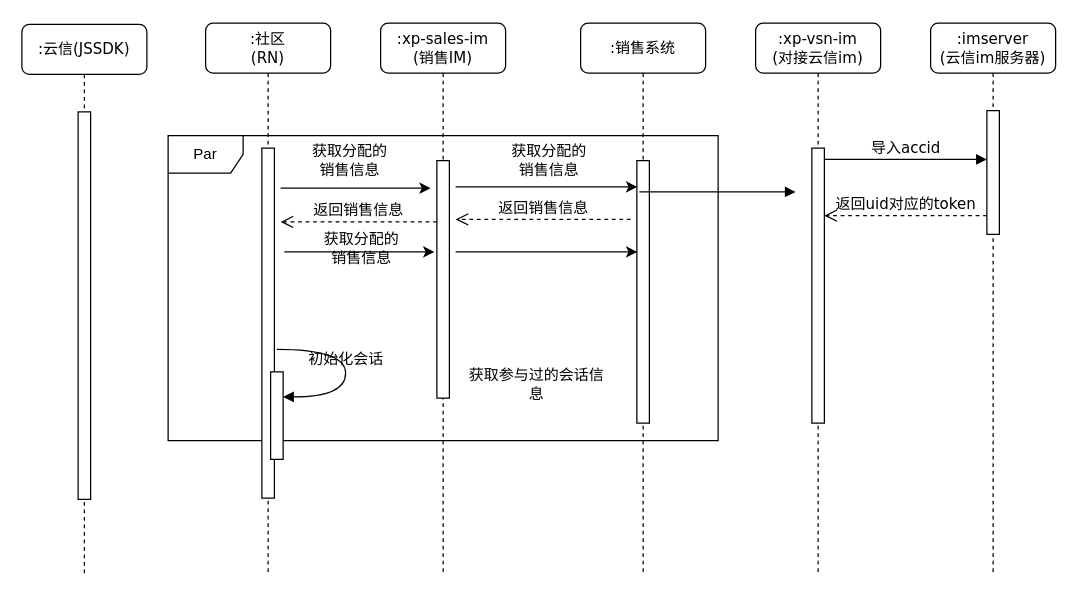
The draw.io diagram arch/sns/im-entry.drawio in zhangchuhu/drawio, before the edit. Source tidied: cells renumbered, new cells numbered last; positions are measured from the earlier drawing's top-left corner, leaving out a move shared by most shapes. Both pictures are drawn from the tidied source at 125%, with x=0, y=0 at pixel (21, 22).
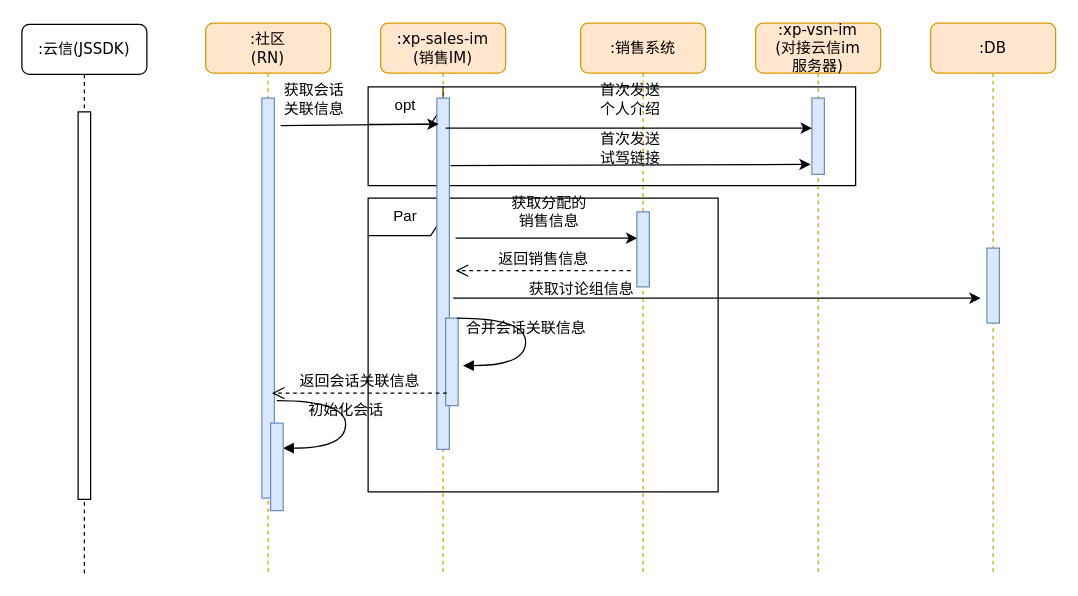
After the change.

The edit, as a diff of the source:
```diff
@@
+    <mxCell id="29" value="opt" style="shape=umlFrame;whiteSpace=wrap;html=1;" parent="1" vertex="1">
+      <mxGeometry x="277" y="51" width="390" height="79" as="geometry" />
+    </mxCell>
     <mxCell id="2" value="Par" style="shape=umlFrame;whiteSpace=wrap;html=1;" parent="1" vertex="1">
-      <mxGeometry x="117" y="90" width="440" height="244" as="geometry" />
+      <mxGeometry x="277" y="140" width="280" height="235" as="geometry" />
     </mxCell>
-    <mxCell id="3" value=":xp-sales-im&lt;br&gt;(销售IM)" style="shape=umlLifeline;perimeter=lifelinePerimeter;whiteSpace=wrap;html=1;rounded=1;shadow=0;comic=0;labelBackgroundColor=none;strokeWidth=1;fontFamily=Verdana;fontSize=12;align=center;" parent="1" vertex="1">
+    <mxCell id="3" value=":xp-sales-im&lt;br&gt;(销售IM)" style="shape=umlLifeline;perimeter=lifelinePerimeter;whiteSpace=wrap;html=1;rounded=1;shadow=0;comic=0;labelBackgroundColor=none;strokeWidth=1;fontFamily=Verdana;fontSize=12;align=center;fillColor=#ffe6cc;strokeColor=#d79b00;" parent="1" vertex="1">
       <mxGeometry x="287" width="100" height="440" as="geometry" />
     </mxCell>
-    <mxCell id="4" style="html=1;points=[];perimeter=orthogonalPerimeter;rounded=0;shadow=0;comic=0;labelBackgroundColor=none;strokeWidth=1;fontFamily=Verdana;fontSize=12;align=center;" parent="3" vertex="1">
-      <mxGeometry x="45" y="110" width="10" height="190" as="geometry" />
+    <mxCell id="4" style="html=1;points=[];perimeter=orthogonalPerimeter;rounded=0;shadow=0;comic=0;labelBackgroundColor=none;strokeWidth=1;fontFamily=Verdana;fontSize=12;align=center;fillColor=#dae8fc;strokeColor=#6c8ebf;" parent="3" vertex="1">
+      <mxGeometry x="45" y="60" width="10" height="281" as="geometry" />
     </mxCell>
-    <mxCell id="5" value=":销售系统" style="shape=umlLifeline;perimeter=lifelinePerimeter;whiteSpace=wrap;html=1;rounded=1;shadow=0;comic=0;labelBackgroundColor=none;strokeWidth=1;fontFamily=Verdana;fontSize=12;align=center;" parent="1" vertex="1">
+    <mxCell id="5" value=":销售系统" style="shape=umlLifeline;perimeter=lifelinePerimeter;whiteSpace=wrap;html=1;rounded=1;shadow=0;comic=0;labelBackgroundColor=none;strokeWidth=1;fontFamily=Verdana;fontSize=12;align=center;fillColor=#ffe6cc;strokeColor=#d79b00;" parent="1" vertex="1">
       <mxGeometry x="447" width="100" height="440" as="geometry" />
     </mxCell>
-    <mxCell id="6" style="html=1;perimeter=orthogonalPerimeter;rounded=0;shadow=0;comic=0;labelBackgroundColor=none;strokeWidth=1;fontFamily=Verdana;fontSize=12;align=center;" parent="5" vertex="1">
-      <mxGeometry x="45" y="110" width="10" height="210" as="geometry" />
+    <mxCell id="6" style="html=1;perimeter=orthogonalPerimeter;rounded=0;shadow=0;comic=0;labelBackgroundColor=none;strokeWidth=1;fontFamily=Verdana;fontSize=12;align=center;fillColor=#dae8fc;strokeColor=#6c8ebf;" parent="5" vertex="1">
+      <mxGeometry x="45" y="151" width="10" height="60" as="geometry" />
     </mxCell>
-    <mxCell id="7" value=":xp-vsn-im&lt;br&gt;(对接云信im)" style="shape=umlLifeline;perimeter=lifelinePerimeter;whiteSpace=wrap;html=1;rounded=1;shadow=0;comic=0;labelBackgroundColor=none;strokeWidth=1;fontFamily=Verdana;fontSize=12;align=center;" parent="1" vertex="1">
+    <mxCell id="7" value=":xp-vsn-im&lt;br&gt;(对接云信im&lt;br&gt;服务器)" style="shape=umlLifeline;perimeter=lifelinePerimeter;whiteSpace=wrap;html=1;rounded=1;shadow=0;comic=0;labelBackgroundColor=none;strokeWidth=1;fontFamily=Verdana;fontSize=12;align=center;fillColor=#ffe6cc;strokeColor=#d79b00;" parent="1" vertex="1">
       <mxGeometry x="587" width="100" height="440" as="geometry" />
     </mxCell>
+    <mxCell id="11" style="html=1;points=[];perimeter=orthogonalPerimeter;rounded=0;shadow=0;comic=0;labelBackgroundColor=none;strokeWidth=1;fontFamily=Verdana;fontSize=12;align=center;fillColor=#dae8fc;strokeColor=#6c8ebf;" parent="7" vertex="1">
+      <mxGeometry x="45" y="60" width="10" height="61" as="geometry" />
+    </mxCell>
-    <mxCell id="8" value=":imserver&lt;br&gt;(云信im服务器)" style="shape=umlLifeline;perimeter=lifelinePerimeter;whiteSpace=wrap;html=1;rounded=1;shadow=0;comic=0;labelBackgroundColor=none;strokeWidth=1;fontFamily=Verdana;fontSize=12;align=center;" parent="1" vertex="1">
+    <mxCell id="8" value=":DB" style="shape=umlLifeline;perimeter=lifelinePerimeter;whiteSpace=wrap;html=1;rounded=1;shadow=0;comic=0;labelBackgroundColor=none;strokeWidth=1;fontFamily=Verdana;fontSize=12;align=center;fillColor=#ffe6cc;strokeColor=#d79b00;" parent="1" vertex="1">
       <mxGeometry x="727" width="100" height="440" as="geometry" />
     </mxCell>
-    <mxCell id="9" value=":社区&lt;br&gt;(RN)" style="shape=umlLifeline;perimeter=lifelinePerimeter;whiteSpace=wrap;html=1;rounded=1;shadow=0;comic=0;labelBackgroundColor=none;strokeWidth=1;fontFamily=Verdana;fontSize=12;align=center;" parent="1" vertex="1">
+    <mxCell id="9" value=":社区&lt;br&gt;(RN)" style="shape=umlLifeline;perimeter=lifelinePerimeter;whiteSpace=wrap;html=1;rounded=1;shadow=0;comic=0;labelBackgroundColor=none;strokeWidth=1;fontFamily=Verdana;fontSize=12;align=center;fillColor=#ffe6cc;strokeColor=#d79b00;" parent="1" vertex="1">
       <mxGeometry x="147" width="100" height="440" as="geometry" />
     </mxCell>
-    <mxCell id="10" style="html=1;perimeter=orthogonalPerimeter;rounded=0;shadow=0;comic=0;labelBackgroundColor=none;strokeWidth=1;fontFamily=Verdana;fontSize=12;align=center;" parent="9" vertex="1">
-      <mxGeometry x="45" y="100" width="10" height="280" as="geometry" />
+    <mxCell id="10" style="html=1;perimeter=orthogonalPerimeter;rounded=0;shadow=0;comic=0;labelBackgroundColor=none;strokeWidth=1;fontFamily=Verdana;fontSize=12;align=center;fillColor=#dae8fc;strokeColor=#6c8ebf;" parent="9" vertex="1">
+      <mxGeometry x="45" y="60" width="10" height="320" as="geometry" />
     </mxCell>
-    <mxCell id="11" style="html=1;points=[];perimeter=orthogonalPerimeter;rounded=0;shadow=0;comic=0;labelBackgroundColor=none;strokeWidth=1;fontFamily=Verdana;fontSize=12;align=center;" parent="1" vertex="1">
-      <mxGeometry x="632" y="100" width="10" height="220" as="geometry" />
-    </mxCell>
-    <mxCell id="12" style="html=1;perimeter=orthogonalPerimeter;rounded=0;shadow=0;comic=0;labelBackgroundColor=none;strokeWidth=1;fontFamily=Verdana;fontSize=12;align=center;" parent="1" vertex="1">
-      <mxGeometry x="772" y="70" width="10" height="99" as="geometry" />
+    <mxCell id="12" style="html=1;perimeter=orthogonalPerimeter;rounded=0;shadow=0;comic=0;labelBackgroundColor=none;strokeWidth=1;fontFamily=Verdana;fontSize=12;align=center;fillColor=#dae8fc;strokeColor=#6c8ebf;" parent="1" vertex="1">
+      <mxGeometry x="772" y="180" width="10" height="60" as="geometry" />
     </mxCell>
-    <mxCell id="13" value="导入accid" style="html=1;verticalAlign=bottom;endArrow=block;entryX=0;entryY=0;labelBackgroundColor=none;fontFamily=Verdana;fontSize=12;edgeStyle=elbowEdgeStyle;elbow=vertical;" parent="1" edge="1">
-      <mxGeometry relative="1" as="geometry">
-        <mxPoint x="642" y="109" as="sourcePoint" />
-        <mxPoint x="772" y="109" as="targetPoint" />
-      </mxGeometry>
-    </mxCell>
-    <mxCell id="14" value="获取分配的&lt;br&gt;销售信息" style="html=1;verticalAlign=bottom;endArrow=block;labelBackgroundColor=none;fontFamily=Verdana;fontSize=12;edgeStyle=elbowEdgeStyle;elbow=vertical;" parent="1" edge="1">
-      <mxGeometry y="295" relative="1" as="geometry">
-        <mxPoint x="494" y="135" as="sourcePoint" />
-        <mxPoint x="619" y="135" as="targetPoint" />
-        <mxPoint x="-295" y="287" as="offset" />
-      </mxGeometry>
-    </mxCell>
-    <mxCell id="15" value="返回uid对应的token" style="html=1;verticalAlign=bottom;endArrow=open;dashed=1;endSize=8;labelBackgroundColor=none;fontFamily=Verdana;fontSize=12;edgeStyle=elbowEdgeStyle;elbow=vertical;" parent="1" edge="1">
-      <mxGeometry relative="1" as="geometry">
-        <mxPoint x="772" y="154" as="sourcePoint" />
-        <mxPoint x="642" y="154" as="targetPoint" />
-        <Array as="points">
-          <mxPoint x="717" y="154" />
-          <mxPoint x="747" y="154" />
-        </Array>
-      </mxGeometry>
-    </mxCell>
-    <mxCell id="16" value="获取参与过的会话信息" style="text;html=1;strokeColor=none;fillColor=none;align=center;verticalAlign=middle;whiteSpace=wrap;rounded=0;" parent="1" vertex="1">
-      <mxGeometry x="357" y="279" width="110" height="20" as="geometry" />
-    </mxCell>
     <mxCell id="17" value="返回销售信息" style="html=1;verticalAlign=bottom;endArrow=open;dashed=1;endSize=8;labelBackgroundColor=none;fontFamily=Verdana;fontSize=12;edgeStyle=elbowEdgeStyle;elbow=vertical;" parent="1" edge="1">
       <mxGeometry relative="1" as="geometry">
-        <mxPoint x="487" y="157" as="sourcePoint" />
-        <mxPoint x="347" y="157" as="targetPoint" />
+        <mxPoint x="487" y="198" as="sourcePoint" />
+        <mxPoint x="347" y="198" as="targetPoint" />
         <Array as="points">
-          <mxPoint x="425" y="157" />
-          <mxPoint x="455" y="157" />
+          <mxPoint x="425" y="198" />
+          <mxPoint x="455" y="198" />
         </Array>
       </mxGeometry>
     </mxCell>
     <mxCell id="18" value="初始化会话" style="html=1;verticalAlign=bottom;endArrow=block;labelBackgroundColor=none;fontFamily=Verdana;fontSize=12;elbow=vertical;edgeStyle=orthogonalEdgeStyle;curved=1;entryX=1;entryY=0.286;entryPerimeter=0;exitX=1.038;exitY=0.345;exitPerimeter=0;" parent="1" edge="1">
       <mxGeometry relative="1" as="geometry">
-        <mxPoint x="204" y="261" as="sourcePoint" />
-        <mxPoint x="209" y="299" as="targetPoint" />
+        <mxPoint x="204" y="302" as="sourcePoint" />
+        <mxPoint x="209" y="340" as="targetPoint" />
         <Array as="points">
-          <mxPoint x="259" y="261" />
-          <mxPoint x="259" y="299" />
+          <mxPoint x="259" y="302" />
+          <mxPoint x="259" y="340" />
         </Array>
       </mxGeometry>
     </mxCell>
-    <mxCell id="19" style="html=1;perimeter=orthogonalPerimeter;rounded=0;shadow=0;comic=0;labelBackgroundColor=none;strokeWidth=1;fontFamily=Verdana;fontSize=12;align=center;" parent="1" vertex="1">
-      <mxGeometry x="199" y="279" width="10" height="70" as="geometry" />
+    <mxCell id="19" style="html=1;perimeter=orthogonalPerimeter;rounded=0;shadow=0;comic=0;labelBackgroundColor=none;strokeWidth=1;fontFamily=Verdana;fontSize=12;align=center;fillColor=#dae8fc;strokeColor=#6c8ebf;" parent="1" vertex="1">
+      <mxGeometry x="199" y="320" width="10" height="70" as="geometry" />
     </mxCell>
@@
-    <mxCell id="22" style="endArrow=classic;html=1;" parent="1" edge="1">
-      <mxGeometry relative="1" as="geometry">
-        <mxPoint x="207" y="132" as="sourcePoint" />
-        <mxPoint x="327" y="132" as="targetPoint" />
-      </mxGeometry>
-    </mxCell>
     <mxCell id="23" style="endArrow=classic;html=1;entryX=0.133;entryY=0.45;entryDx=0;entryDy=0;entryPerimeter=0;" parent="1" edge="1">
       <mxGeometry relative="1" as="geometry">
-        <mxPoint x="347" y="131" as="sourcePoint" />
-        <mxPoint x="492.3" y="131" as="targetPoint" />
+        <mxPoint x="347" y="172" as="sourcePoint" />
+        <mxPoint x="492.3" y="172" as="targetPoint" />
       </mxGeometry>
     </mxCell>
-    <mxCell id="24" value="返回销售信息" style="html=1;verticalAlign=bottom;endArrow=open;dashed=1;endSize=8;labelBackgroundColor=none;fontFamily=Verdana;fontSize=12;edgeStyle=elbowEdgeStyle;elbow=vertical;" parent="1" edge="1">
-      <mxGeometry relative="1" as="geometry">
-        <mxPoint x="332" y="159" as="sourcePoint" />
-        <mxPoint x="207" y="159" as="targetPoint" />
-        <Array as="points">
-          <mxPoint x="270" y="159" />
-          <mxPoint x="300" y="159" />
-        </Array>
-      </mxGeometry>
-    </mxCell>
     <mxCell id="25" value="获取分配的销售信息" style="text;html=1;strokeColor=none;fillColor=none;align=center;verticalAlign=middle;whiteSpace=wrap;rounded=0;" parent="1" vertex="1">
-      <mxGeometry x="387" y="100" width="70" height="20" as="geometry" />
+      <mxGeometry x="387" y="141" width="70" height="20" as="geometry" />
     </mxCell>
-    <mxCell id="26" style="endArrow=classic;html=1;" parent="1" edge="1">
-      <mxGeometry relative="1" as="geometry">
-        <mxPoint x="210" y="183" as="sourcePoint" />
-        <mxPoint x="330" y="183" as="targetPoint" />
-      </mxGeometry>
-    </mxCell>
-    <mxCell id="27" style="endArrow=classic;html=1;entryX=0.133;entryY=0.45;entryDx=0;entryDy=0;entryPerimeter=0;" parent="1" edge="1">
-      <mxGeometry relative="1" as="geometry">
-        <mxPoint x="347" y="183" as="sourcePoint" />
-        <mxPoint x="492.3" y="183" as="targetPoint" />
-      </mxGeometry>
-    </mxCell>
-    <mxCell id="28" value="获取分配的销售信息" style="text;html=1;strokeColor=none;fillColor=none;align=center;verticalAlign=middle;whiteSpace=wrap;rounded=0;" parent="1" vertex="1">
-      <mxGeometry x="237" y="170" width="70" height="20" as="geometry" />
-    </mxCell>
+    <mxCell id="30" style="html=1;perimeter=orthogonalPerimeter;rounded=0;shadow=0;comic=0;labelBackgroundColor=none;strokeWidth=1;fontFamily=Verdana;fontSize=12;align=center;fillColor=#dae8fc;strokeColor=#6c8ebf;" parent="1" vertex="1">
+      <mxGeometry x="339" y="236" width="10" height="70" as="geometry" />
+    </mxCell>
+    <mxCell id="31" value="合并会话关联信息" style="html=1;verticalAlign=bottom;endArrow=block;labelBackgroundColor=none;fontFamily=Verdana;fontSize=12;elbow=vertical;edgeStyle=orthogonalEdgeStyle;curved=1;entryX=1;entryY=0.286;entryPerimeter=0;exitX=1.038;exitY=0.345;exitPerimeter=0;" parent="1" edge="1">
+      <mxGeometry relative="1" as="geometry">
+        <mxPoint x="348" y="236" as="sourcePoint" />
+        <mxPoint x="353" y="274" as="targetPoint" />
+        <Array as="points">
+          <mxPoint x="403" y="236" />
+          <mxPoint x="403" y="274" />
+        </Array>
+      </mxGeometry>
+    </mxCell>
+    <mxCell id="32" style="endArrow=classic;html=1;" parent="1" edge="1">
+      <mxGeometry relative="1" as="geometry">
+        <mxPoint x="345" y="220" as="sourcePoint" />
+        <mxPoint x="767" y="220" as="targetPoint" />
+      </mxGeometry>
+    </mxCell>
+    <mxCell id="33" value="获取讨论组信息" style="text;html=1;strokeColor=none;fillColor=none;align=center;verticalAlign=middle;whiteSpace=wrap;rounded=0;" parent="1" vertex="1">
+      <mxGeometry x="403" y="203" width="90" height="20" as="geometry" />
+    </mxCell>
+    <mxCell id="34" value="返回会话关联信息" style="html=1;verticalAlign=bottom;endArrow=open;dashed=1;endSize=8;labelBackgroundColor=none;fontFamily=Verdana;fontSize=12;edgeStyle=elbowEdgeStyle;elbow=vertical;" parent="1" edge="1">
+      <mxGeometry relative="1" as="geometry">
+        <mxPoint x="340" y="296" as="sourcePoint" />
+        <mxPoint x="200" y="296" as="targetPoint" />
+        <Array as="points">
+          <mxPoint x="278" y="296" />
+          <mxPoint x="308" y="296" />
+        </Array>
+      </mxGeometry>
+    </mxCell>
+    <mxCell id="35" value="获取会话&lt;br&gt;关联信息" style="text;html=1;strokeColor=none;fillColor=none;align=center;verticalAlign=middle;whiteSpace=wrap;rounded=0;" parent="1" vertex="1">
+      <mxGeometry x="194" y="51" width="80" height="20" as="geometry" />
+    </mxCell>
+    <mxCell id="36" style="endArrow=classic;html=1;entryX=0.133;entryY=0.074;entryDx=0;entryDy=0;entryPerimeter=0;" parent="1" edge="1" target="4">
+      <mxGeometry relative="1" as="geometry">
+        <mxPoint x="207" y="82" as="sourcePoint" />
+      </mxGeometry>
+    </mxCell>
+    <mxCell id="37" style="endArrow=classic;html=1;" parent="1" edge="1" target="11">
+      <mxGeometry relative="1" as="geometry">
+        <mxPoint x="339" y="84" as="sourcePoint" />
+      </mxGeometry>
+    </mxCell>
+    <mxCell id="38" value="首次发送&lt;br&gt;个人介绍" style="text;html=1;strokeColor=none;fillColor=none;align=center;verticalAlign=middle;whiteSpace=wrap;rounded=0;" parent="1" vertex="1">
+      <mxGeometry x="447" y="51" width="80" height="20" as="geometry" />
+    </mxCell>
+    <mxCell id="39" style="endArrow=classic;html=1;" parent="1" edge="1">
+      <mxGeometry relative="1" as="geometry">
+        <mxPoint x="343" y="114" as="sourcePoint" />
+        <mxPoint x="631" y="113" as="targetPoint" />
+      </mxGeometry>
+    </mxCell>
+    <mxCell id="40" value="首次发送&lt;br&gt;试驾链接" style="text;html=1;strokeColor=none;fillColor=none;align=center;verticalAlign=middle;whiteSpace=wrap;rounded=0;" parent="1" vertex="1">
+      <mxGeometry x="447" y="90" width="80" height="20" as="geometry" />
+    </mxCell>
```
